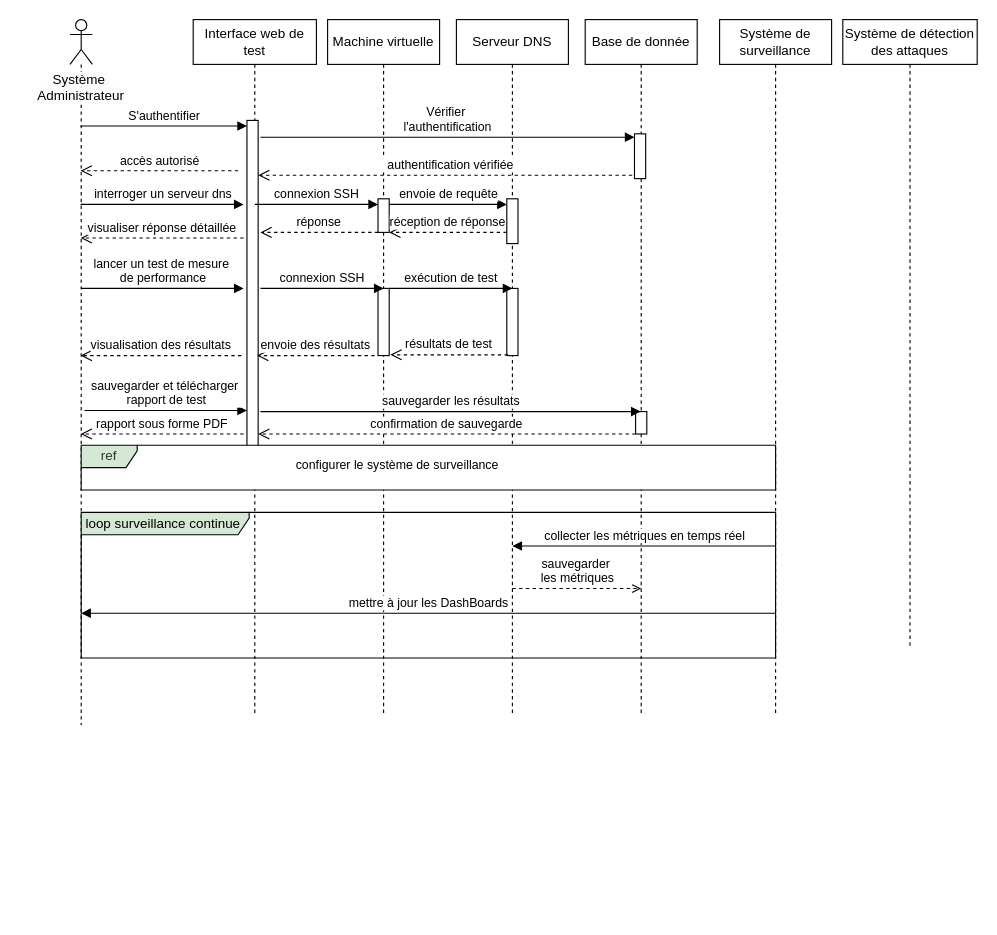
eya-harbaoui/Diagramms keeps this draw.io diagram as sequence.drawio. Above is the earlier version. Source tidied: cells renumbered, new cells numbered last; positions are measured from the earlier drawing's top-left corner, leaving out a move shared by most shapes. Both pictures are drawn from the tidied source at 112%, with x=0, y=0 at pixel (19, 19).
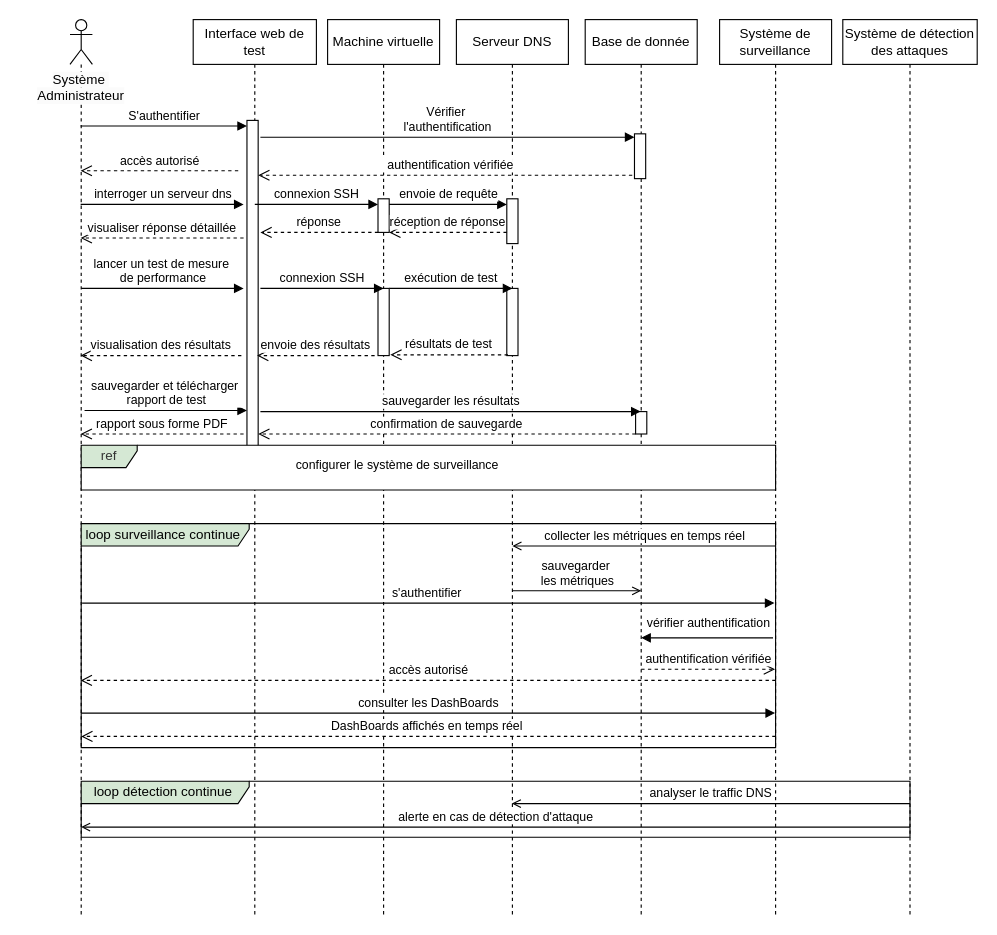
The same diagram, later.

Commit message (it also covers changes not shown here):
Mettre à jour sequence.drawio

The edit, as a diff of the source:
```diff
@@
     <mxCell id="2" value="Interface web de test" style="shape=umlLifeline;perimeter=lifelinePerimeter;whiteSpace=wrap;html=1;newEdgeStyle={&quot;edgeStyle&quot;:&quot;elbowEdgeStyle&quot;,&quot;elbow&quot;:&quot;vertical&quot;,&quot;curved&quot;:0,&quot;rounded&quot;:0};" parent="1" vertex="1">
-      <mxGeometry x="155" width="110" height="620" as="geometry" />
+      <mxGeometry x="155" width="110" height="800" as="geometry" />
     </mxCell>
@@
     <mxCell id="4" value="Machine virtuelle" style="shape=umlLifeline;perimeter=lifelinePerimeter;whiteSpace=wrap;html=1;newEdgeStyle={&quot;edgeStyle&quot;:&quot;elbowEdgeStyle&quot;,&quot;elbow&quot;:&quot;vertical&quot;,&quot;curved&quot;:0,&quot;rounded&quot;:0};" parent="1" vertex="1">
-      <mxGeometry x="275" width="100" height="620" as="geometry" />
+      <mxGeometry x="275" width="100" height="800" as="geometry" />
     </mxCell>
@@
     <mxCell id="8" value="Base de donnée" style="shape=umlLifeline;perimeter=lifelinePerimeter;whiteSpace=wrap;html=1;outlineConnect=0;portConstraint=eastwest;newEdgeStyle={&quot;edgeStyle&quot;:&quot;elbowEdgeStyle&quot;,&quot;elbow&quot;:&quot;vertical&quot;,&quot;curved&quot;:0,&quot;rounded&quot;:0};" parent="1" vertex="1">
-      <mxGeometry x="505" width="100" height="620" as="geometry" />
+      <mxGeometry x="505" width="100" height="800" as="geometry" />
     </mxCell>
@@
     <mxCell id="11" value="Serveur DNS" style="shape=umlLifeline;perimeter=lifelinePerimeter;whiteSpace=wrap;html=1;outlineConnect=0;portConstraint=eastwest;newEdgeStyle={&quot;edgeStyle&quot;:&quot;elbowEdgeStyle&quot;,&quot;elbow&quot;:&quot;vertical&quot;,&quot;curved&quot;:0,&quot;rounded&quot;:0};" parent="1" vertex="1">
-      <mxGeometry x="390" width="100" height="620" as="geometry" />
+      <mxGeometry x="390" width="100" height="800" as="geometry" />
     </mxCell>
@@
     <mxCell id="14" value="Système de surveillance" style="shape=umlLifeline;perimeter=lifelinePerimeter;whiteSpace=wrap;html=1;outlineConnect=0;portConstraint=eastwest;newEdgeStyle={&quot;edgeStyle&quot;:&quot;elbowEdgeStyle&quot;,&quot;elbow&quot;:&quot;vertical&quot;,&quot;curved&quot;:0,&quot;rounded&quot;:0};" parent="1" vertex="1">
-      <mxGeometry x="625" width="100" height="620" as="geometry" />
+      <mxGeometry x="625" width="100" height="800" as="geometry" />
     </mxCell>
     <mxCell id="15" value="Système de détection des attaques" style="shape=umlLifeline;perimeter=lifelinePerimeter;whiteSpace=wrap;html=1;newEdgeStyle={&quot;edgeStyle&quot;:&quot;elbowEdgeStyle&quot;,&quot;elbow&quot;:&quot;vertical&quot;,&quot;curved&quot;:0,&quot;rounded&quot;:0};" parent="1" vertex="1">
-      <mxGeometry x="735" width="120" height="560" as="geometry" />
+      <mxGeometry x="735" width="120" height="800" as="geometry" />
     </mxCell>
     <mxCell id="16" style="shape=umlLifeline;perimeter=lifelinePerimeter;whiteSpace=wrap;html=1;outlineConnect=0;portConstraint=eastwest;newEdgeStyle={&quot;curved&quot;:0,&quot;rounded&quot;:0};participant=umlActor;" parent="1" vertex="1">
-      <mxGeometry x="45" width="20" height="630" as="geometry" />
+      <mxGeometry x="45" width="20" height="800" as="geometry" />
     </mxCell>
@@
     <mxCell id="37" value="loop surveillance continue&amp;nbsp;" style="shape=umlFrame;whiteSpace=wrap;html=1;width=150;height=20;fillColor=#D5E8D4;" parent="1" vertex="1">
-      <mxGeometry x="55" y="440" width="620" height="130" as="geometry" />
+      <mxGeometry x="55" y="450" width="620" height="200" as="geometry" />
     </mxCell>
-    <mxCell id="38" value="collecter les métriques en temps réel" style="html=1;verticalAlign=bottom;endArrow=block;curved=0;rounded=0;" parent="1" edge="1">
+    <mxCell id="38" value="collecter les métriques en temps réel" style="html=1;verticalAlign=bottom;endArrow=open;curved=0;rounded=0;endFill=0;" parent="1" edge="1">
       <mxGeometry relative="1" as="geometry">
         <mxPoint x="674.7" y="470" as="sourcePoint" />
         <mxPoint x="440" y="470" as="targetPoint" />
       </mxGeometry>
     </mxCell>
@@
-    <mxCell id="41" value="sauvegarder&amp;nbsp;&lt;div&gt;les métriques&lt;/div&gt;" style="html=1;verticalAlign=bottom;endArrow=open;curved=0;rounded=0;dashed=1;endFill=0;" parent="1" edge="1">
+    <mxCell id="41" value="sauvegarder&amp;nbsp;&lt;div&gt;les métriques&lt;/div&gt;" style="html=1;verticalAlign=bottom;endArrow=open;curved=0;rounded=0;endFill=0;" parent="1" edge="1">
       <mxGeometry relative="1" as="geometry">
-        <mxPoint x="440" y="508" as="sourcePoint" />
-        <mxPoint x="555" y="508" as="targetPoint" />
+        <mxPoint x="440" y="510" as="sourcePoint" />
+        <mxPoint x="555" y="510" as="targetPoint" />
       </mxGeometry>
     </mxCell>
-    <mxCell id="42" value="mettre à jour les DashBoards" style="html=1;verticalAlign=bottom;endArrow=block;curved=0;rounded=0;" parent="1" edge="1">
-      <mxGeometry relative="1" as="geometry">
-        <mxPoint x="675" y="530" as="sourcePoint" />
-        <mxPoint x="55" y="530" as="targetPoint" />
-      </mxGeometry>
-    </mxCell>
+    <mxCell id="43" value="s'authentifier&amp;nbsp;" style="html=1;verticalAlign=bottom;endArrow=block;curved=0;rounded=0;" parent="1" edge="1">
+      <mxGeometry relative="1" as="geometry">
+        <mxPoint x="55.8" y="521" as="sourcePoint" />
+        <mxPoint x="674" y="521" as="targetPoint" />
+      </mxGeometry>
+    </mxCell>
+    <mxCell id="44" value="vérifier authentification" style="html=1;verticalAlign=bottom;endArrow=block;curved=0;rounded=0;" parent="1" edge="1">
+      <mxGeometry x="-0.02" y="-4" relative="1" as="geometry">
+        <mxPoint x="672.7" y="552" as="sourcePoint" />
+        <mxPoint x="555" y="552" as="targetPoint" />
+      </mxGeometry>
+    </mxCell>
+    <mxCell id="45" value="authentification vérifiée" style="html=1;verticalAlign=bottom;endArrow=open;dashed=1;endSize=8;curved=0;rounded=0;" parent="1" edge="1" target="14">
+      <mxGeometry relative="1" as="geometry">
+        <mxPoint x="555" y="580" as="sourcePoint" />
+      </mxGeometry>
+    </mxCell>
+    <mxCell id="46" value="accès autorisé" style="html=1;verticalAlign=bottom;endArrow=open;dashed=1;endSize=8;curved=0;rounded=0;" parent="1" edge="1" target="16">
+      <mxGeometry relative="1" as="geometry">
+        <mxPoint x="675" y="590" as="sourcePoint" />
+      </mxGeometry>
+    </mxCell>
+    <mxCell id="47" value="consulter les DashBoards" style="html=1;verticalAlign=bottom;endArrow=block;curved=0;rounded=0;" parent="1" edge="1" target="14">
+      <mxGeometry relative="1" as="geometry">
+        <mxPoint x="55" y="619.2" as="sourcePoint" />
+      </mxGeometry>
+    </mxCell>
+    <mxCell id="48" value="DashBoards affichés en temps réel&amp;nbsp;" style="html=1;verticalAlign=bottom;endArrow=open;dashed=1;endSize=8;curved=0;rounded=0;" parent="1" edge="1">
+      <mxGeometry relative="1" as="geometry">
+        <mxPoint x="675" y="640" as="sourcePoint" />
+        <mxPoint x="55" y="640" as="targetPoint" />
+      </mxGeometry>
+    </mxCell>
+    <mxCell id="49" value="loop détection continue&amp;nbsp;" style="shape=umlFrame;whiteSpace=wrap;html=1;width=150;height=20;fillColor=#D5E8D4;" parent="1" vertex="1">
+      <mxGeometry x="55" y="680" width="740" height="50" as="geometry" />
+    </mxCell>
+    <mxCell id="50" value="analyser le traffic DNS" style="html=1;verticalAlign=bottom;endArrow=open;curved=0;rounded=0;endFill=0;" parent="1" edge="1" target="11">
+      <mxGeometry relative="1" as="geometry">
+        <mxPoint x="795" y="700" as="sourcePoint" />
+      </mxGeometry>
+    </mxCell>
+    <mxCell id="51" value="alerte en cas de détection d'attaque" style="html=1;verticalAlign=bottom;endArrow=open;curved=0;rounded=0;endFill=0;" parent="1" edge="1">
+      <mxGeometry relative="1" as="geometry">
+        <mxPoint x="795" y="721" as="sourcePoint" />
+        <mxPoint x="54.9" y="721" as="targetPoint" />
+      </mxGeometry>
+    </mxCell>
```
